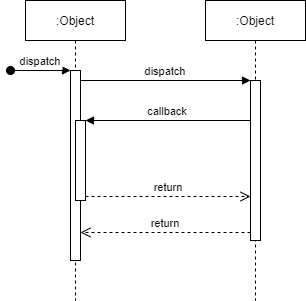
Above: Documentation/Design/GIFT-UML-Sequence-Diagram.png in John8790909/Generating-Infographics-from-Text (draw.io), before the change. Source tidied: cells renumbered, new cells last; positions are measured from the earlier drawing's top-left corner, leaving out a move shared by most shapes.
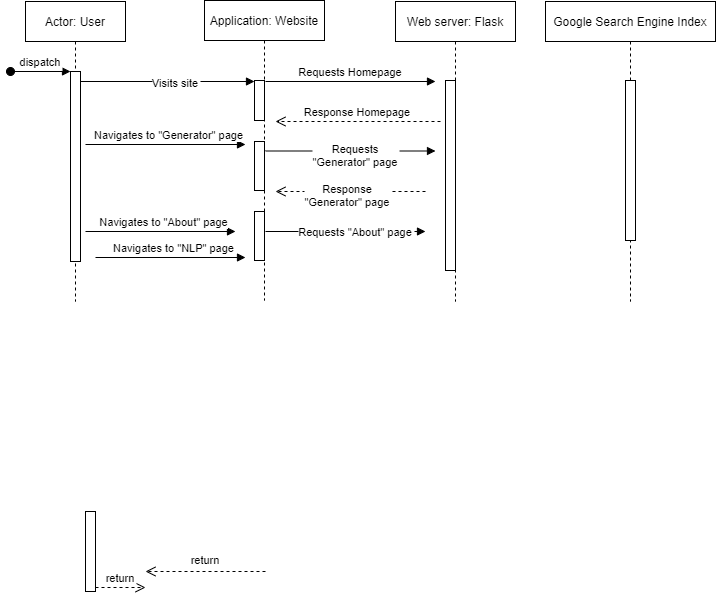
The same diagram one commit later.

What changed in the source:
```diff
@@ -2,7 +2,7 @@
   <root>
     <mxCell id="0" />
     <mxCell id="1" parent="0" />
-    <mxCell id="2" value=":Object" style="shape=umlLifeline;perimeter=lifelinePerimeter;rounded=0;shadow=0;strokeWidth=1;" parent="1" vertex="1">
+    <mxCell id="2" value="Actor: User" style="shape=umlLifeline;perimeter=lifelinePerimeter;rounded=0;shadow=0;strokeWidth=1;fontStyle=0;" parent="1" vertex="1">
       <mxGeometry x="15" width="100" height="300" as="geometry" />
     </mxCell>
     <mxCell id="3" style="points=[];perimeter=orthogonalPerimeter;rounded=0;shadow=0;strokeWidth=1;" parent="2" vertex="1">
@@ -13,26 +13,97 @@
         <mxPoint x="-15" y="70" as="sourcePoint" />
       </mxGeometry>
     </mxCell>
-    <mxCell id="5" style="points=[];perimeter=orthogonalPerimeter;rounded=0;shadow=0;strokeWidth=1;" parent="2" vertex="1">
-      <mxGeometry x="50" y="120" width="10" height="80" as="geometry" />
-    </mxCell>
-    <mxCell id="6" value=":Object" style="shape=umlLifeline;perimeter=lifelinePerimeter;rounded=0;shadow=0;strokeWidth=1;" parent="1" vertex="1">
-      <mxGeometry x="195" width="100" height="300" as="geometry" />
+    <mxCell id="6" value="Application: Website" style="shape=umlLifeline;perimeter=lifelinePerimeter;rounded=0;shadow=0;strokeWidth=1;" parent="1" vertex="1">
+      <mxGeometry x="194" y="-1" width="120" height="300" as="geometry" />
     </mxCell>
     <mxCell id="7" style="points=[];perimeter=orthogonalPerimeter;rounded=0;shadow=0;strokeWidth=1;" parent="6" vertex="1">
-      <mxGeometry x="45" y="80" width="10" height="160" as="geometry" />
+      <mxGeometry x="50" y="80" width="10" height="40" as="geometry" />
     </mxCell>
+    <mxCell id="12" style="perimeter=orthogonalPerimeter;rounded=0;shadow=0;strokeWidth=1;" parent="6" vertex="1">
+      <mxGeometry x="50" y="141" width="10" height="49" as="geometry" />
+    </mxCell>
+    <mxCell id="13" style="perimeter=orthogonalPerimeter;rounded=0;shadow=0;strokeWidth=1;" parent="6" vertex="1">
+      <mxGeometry x="50" y="211" width="10" height="49" as="geometry" />
+    </mxCell>
-    <mxCell id="8" value="return" style="verticalAlign=bottom;endArrow=open;dashed=1;endSize=8;exitX=0;exitY=0.95;shadow=0;strokeWidth=1;" parent="1" edge="1" source="7" target="3">
-      <mxGeometry relative="1" as="geometry" />
+    <mxCell id="8" value="return" style="verticalAlign=bottom;endArrow=open;dashed=1;endSize=8;shadow=0;strokeWidth=1;" parent="1" edge="1">
+      <mxGeometry y="-2" relative="1" as="geometry">
+        <mxPoint x="255" y="570" as="sourcePoint" />
+        <mxPoint x="135" y="570" as="targetPoint" />
+      </mxGeometry>
     </mxCell>
-    <mxCell id="9" value="dispatch" style="verticalAlign=bottom;endArrow=block;entryX=0;entryY=0;shadow=0;strokeWidth=1;" parent="1" edge="1" source="3" target="7">
-      <mxGeometry relative="1" as="geometry" />
+    <mxCell id="9" value="Visits site" style="verticalAlign=bottom;endArrow=block;entryX=0;entryY=0;shadow=0;strokeWidth=1;" parent="1" edge="1">
+      <mxGeometry x="0.09" y="-11" relative="1" as="geometry">
+        <mxPoint x="70" y="80" as="sourcePoint" />
+        <mxPoint x="244" y="80" as="targetPoint" />
+      </mxGeometry>
     </mxCell>
-    <mxCell id="10" value="callback" style="verticalAlign=bottom;endArrow=block;entryX=1;entryY=0;shadow=0;strokeWidth=1;" parent="1" edge="1" source="7" target="5">
-      <mxGeometry relative="1" as="geometry" />
-    </mxCell>
-    <mxCell id="11" value="return" style="verticalAlign=bottom;endArrow=open;dashed=1;endSize=8;exitX=1;exitY=0.95;shadow=0;strokeWidth=1;" parent="1" edge="1" source="5" target="7">
-      <mxGeometry relative="1" as="geometry" />
+    <mxCell id="11" value="return" style="verticalAlign=bottom;endArrow=open;dashed=1;endSize=8;exitX=1;exitY=0.95;shadow=0;strokeWidth=1;" parent="1" edge="1" source="5">
+      <mxGeometry relative="1" as="geometry">
+        <mxPoint x="135" y="586" as="targetPoint" />
+      </mxGeometry>
     </mxCell>
+    <mxCell id="14" value="Web server: Flask" style="shape=umlLifeline;perimeter=lifelinePerimeter;rounded=0;shadow=0;strokeWidth=1;" parent="1" vertex="1">
+      <mxGeometry x="385" width="120" height="300" as="geometry" />
+    </mxCell>
+    <mxCell id="15" style="perimeter=orthogonalPerimeter;rounded=0;shadow=0;strokeWidth=1;" parent="14" vertex="1">
+      <mxGeometry x="50" y="79" width="10" height="190" as="geometry" />
+    </mxCell>
+    <mxCell id="16" value="Requests Homepage" style="verticalAlign=bottom;endArrow=block;entryX=0;entryY=0;shadow=0;strokeWidth=1;" parent="1" edge="1">
+      <mxGeometry relative="1" as="geometry">
+        <mxPoint x="255" y="80" as="sourcePoint" />
+        <mxPoint x="425" y="80" as="targetPoint" />
+      </mxGeometry>
+    </mxCell>
+    <mxCell id="17" value="Response Homepage" style="verticalAlign=bottom;endArrow=open;dashed=1;endSize=8;shadow=0;strokeWidth=1;" parent="1" edge="1">
+      <mxGeometry relative="1" as="geometry">
+        <mxPoint x="430" y="120" as="sourcePoint" />
+        <mxPoint x="265" y="120" as="targetPoint" />
+      </mxGeometry>
+    </mxCell>
+    <mxCell id="18" value="Navigates to &amp;quot;Generator&amp;quot; page" style="verticalAlign=bottom;endArrow=block;shadow=0;strokeWidth=1;html=1;" parent="1" edge="1">
+      <mxGeometry x="0.03" relative="1" as="geometry">
+        <mxPoint x="75" y="143" as="sourcePoint" />
+        <mxPoint x="235" y="143" as="targetPoint" />
+      </mxGeometry>
+    </mxCell>
+    <mxCell id="5" style="points=[];perimeter=orthogonalPerimeter;rounded=0;shadow=0;strokeWidth=1;" parent="1" vertex="1">
+      <mxGeometry x="75" y="510" width="10" height="80" as="geometry" />
+    </mxCell>
+    <mxCell id="19" value="Requests &#10;&quot;Generator&quot; page" style="verticalAlign=bottom;endArrow=block;entryX=0;entryY=0;shadow=0;strokeWidth=1;" parent="1" edge="1">
+      <mxGeometry x="0.06" y="-20" relative="1" as="geometry">
+        <mxPoint x="255" y="149.5" as="sourcePoint" />
+        <mxPoint x="425" y="149.5" as="targetPoint" />
+      </mxGeometry>
+    </mxCell>
+    <mxCell id="20" value="Response&#10;&quot;Generator&quot; page" style="verticalAlign=bottom;endArrow=open;dashed=1;endSize=8;shadow=0;strokeWidth=1;" parent="1" edge="1">
+      <mxGeometry x="0.04" y="20" relative="1" as="geometry">
+        <mxPoint x="415" y="190" as="sourcePoint" />
+        <mxPoint x="265" y="190" as="targetPoint" />
+      </mxGeometry>
+    </mxCell>
+    <mxCell id="21" value="Navigates to &quot;About&quot; page" style="verticalAlign=bottom;endArrow=block;shadow=0;strokeWidth=1;html=1;" parent="1" edge="1">
+      <mxGeometry x="0.03" relative="1" as="geometry">
+        <mxPoint x="75" y="230" as="sourcePoint" />
+        <mxPoint x="225" y="230" as="targetPoint" />
+      </mxGeometry>
+    </mxCell>
+    <mxCell id="22" value="Navigates to &quot;NLP&quot; page" style="verticalAlign=bottom;endArrow=block;shadow=0;strokeWidth=1;html=1;" parent="1" edge="1">
+      <mxGeometry x="0.03" relative="1" as="geometry">
+        <mxPoint x="85" y="256" as="sourcePoint" />
+        <mxPoint x="235" y="256" as="targetPoint" />
+      </mxGeometry>
+    </mxCell>
+    <mxCell id="23" value="Google Search Engine Index" style="shape=umlLifeline;perimeter=lifelinePerimeter;rounded=0;shadow=0;strokeWidth=1;" parent="1" vertex="1">
+      <mxGeometry x="535" width="170" height="300" as="geometry" />
+    </mxCell>
+    <mxCell id="24" style="perimeter=orthogonalPerimeter;rounded=0;shadow=0;strokeWidth=1;" parent="23" vertex="1">
+      <mxGeometry x="80" y="79" width="10" height="160" as="geometry" />
+    </mxCell>
+    <mxCell id="25" value="Requests &quot;About&quot; page" style="verticalAlign=bottom;endArrow=block;shadow=0;strokeWidth=1;" parent="1" edge="1">
+      <mxGeometry x="0.12" y="-10" relative="1" as="geometry">
+        <mxPoint x="255" y="230" as="sourcePoint" />
+        <mxPoint x="415" y="230" as="targetPoint" />
+      </mxGeometry>
+    </mxCell>
   </root>
 </mxGraphModel>
```
